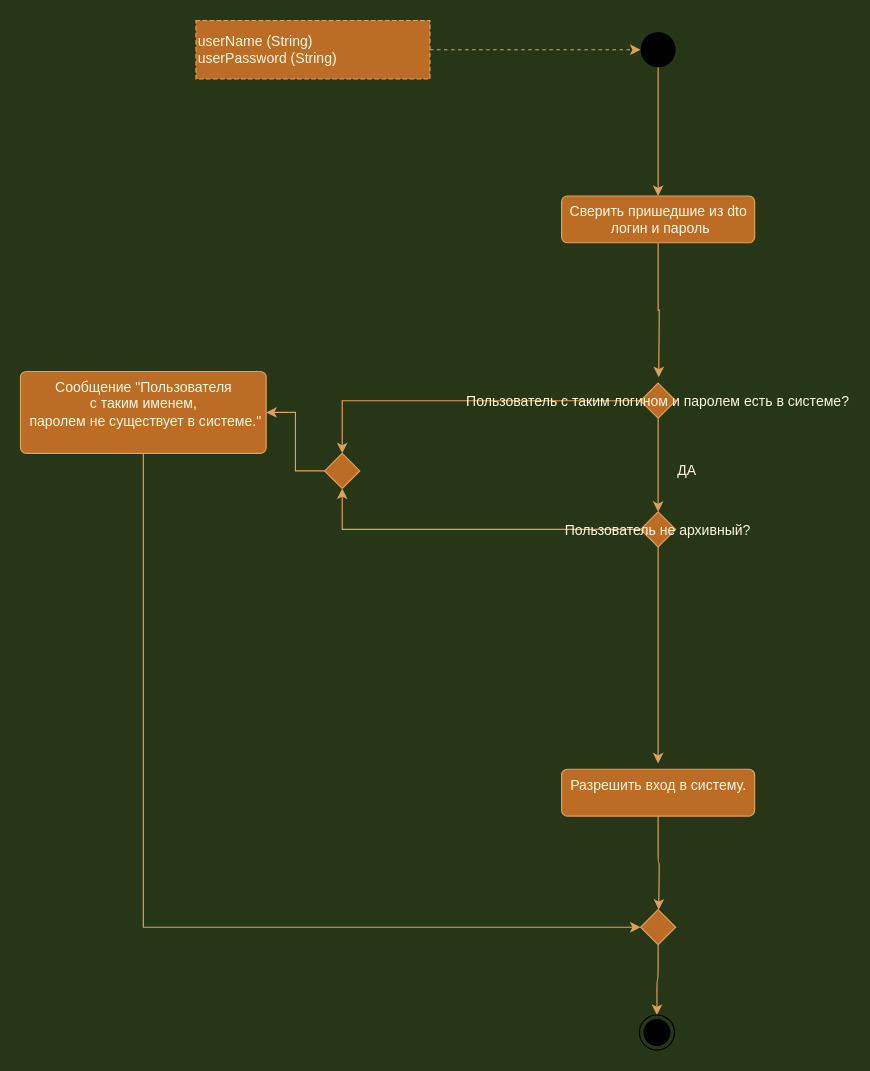
Blackliss/QuasimodoChemes keeps this draw.io diagram as page "login" (2 of 3) of BD.drawio. Above is the earlier version. Source tidied: cells renumbered, new cells numbered last; positions are measured from the earlier drawing's top-left corner, leaving out a move shared by most shapes. Both pictures are drawn from the tidied source at 117%, with x=0, y=0 at pixel (20, 20).
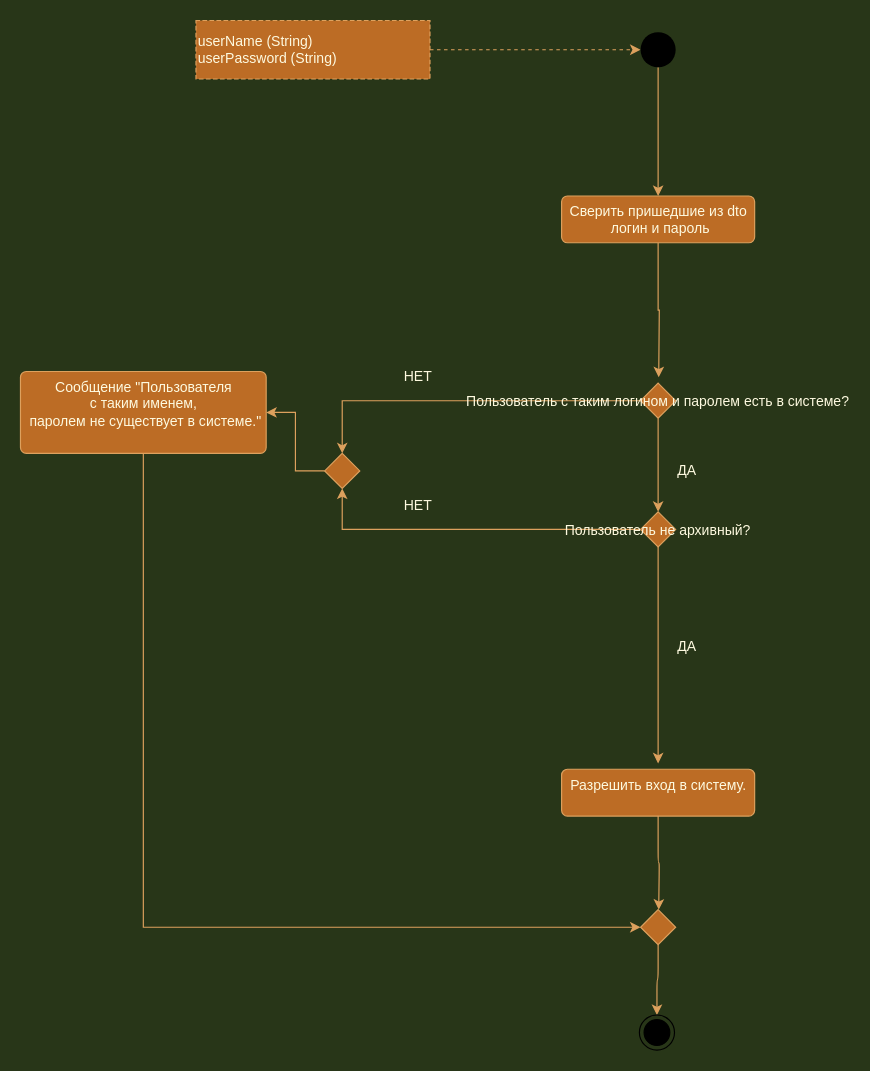
The same page after the edit.

What changed in the source:
```diff
@@
+    <mxCell id="24" value="ДА" style="text;html=1;strokeColor=none;fillColor=none;align=center;verticalAlign=middle;whiteSpace=wrap;rounded=0;labelBackgroundColor=none;sketch=0;fontColor=#FEFAE0;" parent="1" vertex="1">
+      <mxGeometry x="540" y="520" width="60" height="30" as="geometry" />
+    </mxCell>
+    <mxCell id="25" value="НЕТ" style="text;html=1;strokeColor=none;fillColor=none;align=center;verticalAlign=middle;whiteSpace=wrap;rounded=0;labelBackgroundColor=none;sketch=0;fontColor=#FEFAE0;" parent="1" vertex="1">
+      <mxGeometry x="310" y="290" width="60" height="30" as="geometry" />
+    </mxCell>
+    <mxCell id="26" value="НЕТ" style="text;html=1;strokeColor=none;fillColor=none;align=center;verticalAlign=middle;whiteSpace=wrap;rounded=0;labelBackgroundColor=none;sketch=0;fontColor=#FEFAE0;" parent="1" vertex="1">
+      <mxGeometry x="310" y="400" width="60" height="30" as="geometry" />
+    </mxCell>
```
